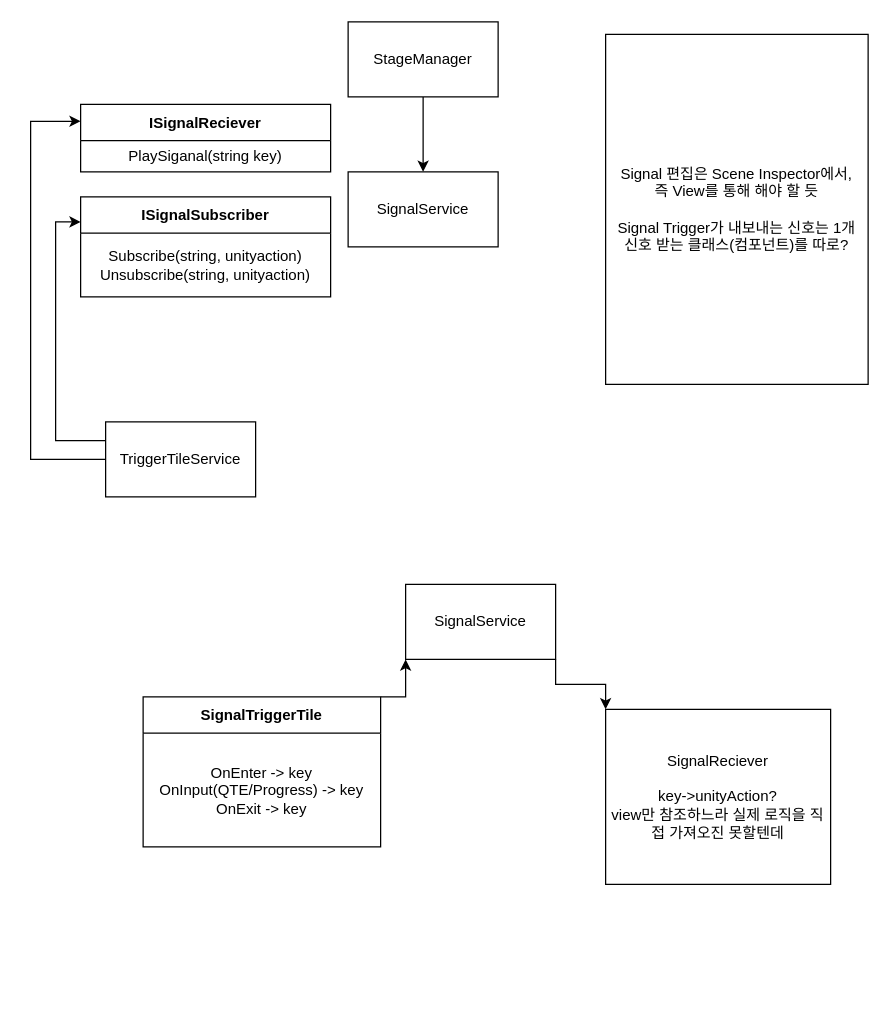
This is page "SignalTrigger" (17 of 19) of Diagram.drawio from ClapJeong/LRGame, a draw.io file, before an edit. Source tidied: cells renumbered, new cells numbered last; positions are measured from the earlier drawing's top-left corner, leaving out a move shared by most shapes. Both pictures are drawn from the tidied source at 125%, with x=0, y=0 at pixel (30, 21).
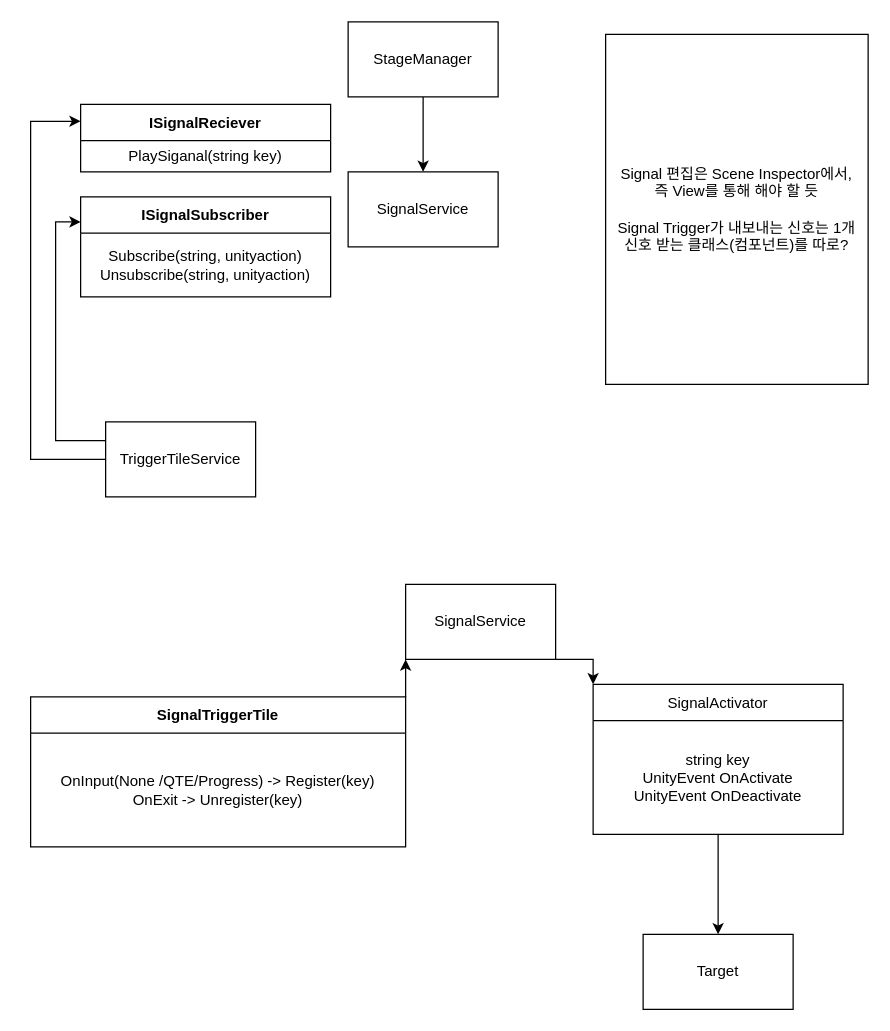
The same diagram, later.

The change refers to these unchanged cells:
```xml
<mxCell id="14" value="SignalService" style="rounded=0;whiteSpace=wrap;html=1;" parent="1" vertex="1">
  <mxGeometry x="300" y="450" width="120" height="60" as="geometry" />
</mxCell>
```

Change to the diagram source:
```diff
@@
-    <mxCell id="13" style="edgeStyle=orthogonalEdgeStyle;rounded=0;jettySize=auto;html=1;exitX=1;exitY=1;exitDx=0;exitDy=0;entryX=0;entryY=0;entryDx=0;entryDy=0;" parent="1" edge="1" source="14" target="15">
-      <mxGeometry relative="1" as="geometry" />
-    </mxCell>
+    <mxCell id="19" style="edgeStyle=orthogonalEdgeStyle;rounded=0;jettySize=auto;html=1;exitX=1;exitY=1;exitDx=0;exitDy=0;entryX=0;entryY=0;entryDx=0;entryDy=0;" parent="1" edge="1" source="14" target="22">
+      <mxGeometry relative="1" as="geometry" />
+    </mxCell>
@@
-    <mxCell id="15" value="SignalReciever&lt;div&gt;&lt;br&gt;&lt;div&gt;key-&amp;gt;unityAction?&lt;br&gt;view만 참조하느라 실제 로직을 직접 가져오진 못할텐데&lt;/div&gt;&lt;/div&gt;" style="rounded=0;whiteSpace=wrap;html=1;" parent="1" vertex="1">
-      <mxGeometry x="460" y="550" width="180" height="140" as="geometry" />
-    </mxCell>
@@
     <mxCell id="17" value="SignalTriggerTile" style="swimlane;fontStyle=1;align=center;verticalAlign=middle;horizontal=1;startSize=29;html=1;whiteSpace=wrap;" parent="1" vertex="1">
-      <mxGeometry x="90" y="540" width="190" height="120" as="geometry" />
+      <mxGeometry y="540" width="300" height="120" as="geometry" />
     </mxCell>
-    <mxCell id="18" value="OnEnter -&amp;gt; key&lt;div&gt;OnInput(QTE/Progress) -&amp;gt; key&lt;/div&gt;&lt;div&gt;OnExit -&amp;gt; key&lt;/div&gt;" style="text;html=1;strokeColor=none;fillColor=none;align=center;verticalAlign=middle;spacingLeft=4;spacingRight=4;overflow=hidden;whiteSpace=wrap;" parent="17" vertex="1">
-      <mxGeometry y="29" width="190" height="91" as="geometry" />
+    <mxCell id="18" value="&lt;div&gt;OnInput(None /QTE/Progress) -&amp;gt; Register(key)&lt;/div&gt;&lt;div&gt;OnExit -&amp;gt; Unregister(key)&lt;/div&gt;" style="text;html=1;strokeColor=none;fillColor=none;align=center;verticalAlign=middle;spacingLeft=4;spacingRight=4;overflow=hidden;whiteSpace=wrap;" parent="17" vertex="1">
+      <mxGeometry y="29" width="300" height="91" as="geometry" />
     </mxCell>
+    <mxCell id="20" value="Target" style="rounded=0;whiteSpace=wrap;html=1;" parent="1" vertex="1">
+      <mxGeometry x="490" y="730" width="120" height="60" as="geometry" />
+    </mxCell>
+    <mxCell id="21" style="edgeStyle=orthogonalEdgeStyle;rounded=0;jettySize=auto;html=1;" parent="1" edge="1" source="22" target="20">
+      <mxGeometry relative="1" as="geometry" />
+    </mxCell>
+    <mxCell id="22" value="&lt;span style=&quot;font-weight: 400;&quot;&gt;SignalActivator&lt;/span&gt;" style="swimlane;fontStyle=1;align=center;verticalAlign=middle;horizontal=1;startSize=29;html=1;whiteSpace=wrap;" parent="1" vertex="1">
+      <mxGeometry x="450" y="530" width="200" height="120" as="geometry" />
+    </mxCell>
+    <mxCell id="23" value="&lt;div&gt;string key&lt;/div&gt;UnityEvent OnActivate&lt;div&gt;UnityEvent OnDeactivate&lt;/div&gt;" style="text;html=1;strokeColor=none;fillColor=none;align=center;verticalAlign=middle;spacingLeft=4;spacingRight=4;overflow=hidden;whiteSpace=wrap;" parent="22" vertex="1">
+      <mxGeometry y="29" width="200" height="91" as="geometry" />
+    </mxCell>
```
